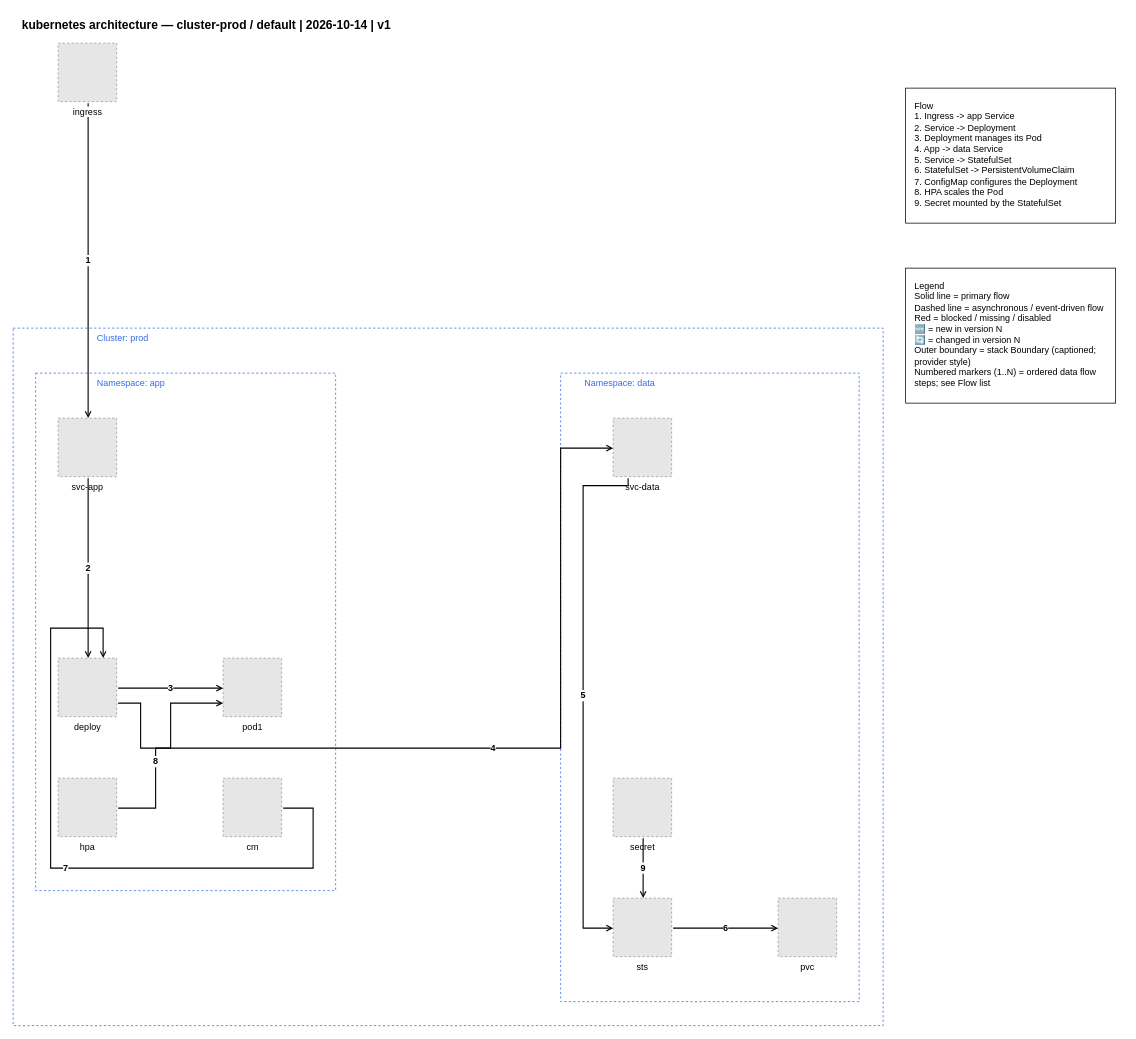
Earlier version of the draw.io diagram examples/kubernetes/01-kubernetes-architecture-landscape.drawio (totoshko88/Cloud_Architecture). Source tidied: cells renumbered, new cells numbered last; positions are measured from the earlier drawing's top-left corner, leaving out a move shared by most shapes. Both pictures are drawn from the tidied source at 75%, with x=0, y=0 at pixel (13, 13). Pictures stored in the file or linked from it are replaced by grey dashed boxes.
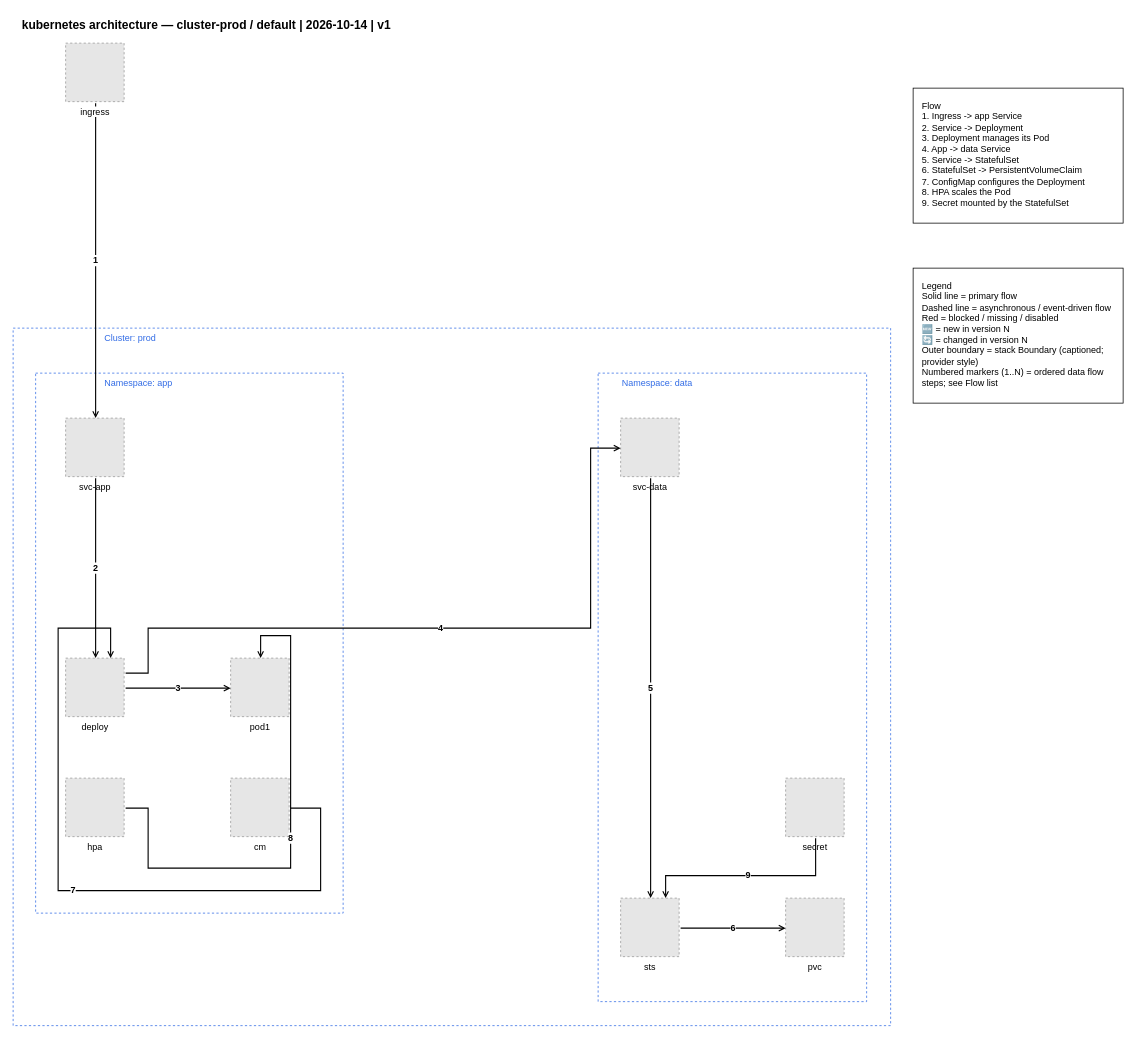
After the change.

Commit message (it also covers changes not shown here):
fix(k8s): re-author kubernetes golden pair to pass geometry/lint gates

Diff of the diagram source:
```diff
@@
-    <mxCell id="3" value="Cluster: prod" style="rounded=0;whiteSpace=wrap;html=1;fillColor=none;strokeColor=#326CE5;dashed=1;verticalAlign=top;fontColor=#326CE5;fontSize=12;align=left;spacingLeft=110;" parent="1" vertex="1">
-      <mxGeometry y="420" width="1160" height="930" as="geometry" />
+    <mxCell id="3" value="Cluster: prod" style="rounded=0;whiteSpace=wrap;html=1;fillColor=none;strokeColor=#326CE5;dashed=1;verticalAlign=top;fontColor=#326CE5;fontSize=12;align=left;spacingLeft=120;" parent="1" vertex="1">
+      <mxGeometry y="420" width="1170" height="930" as="geometry" />
     </mxCell>
-    <mxCell id="4" value="Namespace: app" style="rounded=0;whiteSpace=wrap;html=1;fillColor=none;strokeColor=#326CE5;dashed=1;verticalAlign=top;fontColor=#326CE5;fontSize=12;align=left;spacingLeft=80;" parent="1" vertex="1">
-      <mxGeometry x="30" y="480" width="400" height="690" as="geometry" />
+    <mxCell id="4" value="Namespace: app" style="rounded=0;whiteSpace=wrap;html=1;fillColor=none;strokeColor=#326CE5;dashed=1;verticalAlign=top;fontColor=#326CE5;fontSize=12;align=left;spacingLeft=90;" parent="1" vertex="1">
+      <mxGeometry x="30" y="480" width="410" height="720" as="geometry" />
     </mxCell>
     <mxCell id="5" value="Namespace: data" style="rounded=0;whiteSpace=wrap;html=1;fillColor=none;strokeColor=#326CE5;dashed=1;verticalAlign=top;align=left;spacingLeft=30;fontColor=#326CE5;fontSize=12;" parent="1" vertex="1">
-      <mxGeometry x="730" y="480" width="398" height="838" as="geometry" />
+      <mxGeometry x="780" y="480" width="358" height="838" as="geometry" />
     </mxCell>
@@
-    <mxCell id="8" value="5" style="edgeStyle=orthogonalEdgeStyle;rounded=0;html=1;endArrow=open;endFill=0;strokeWidth=1.5;exitX=0.2564102564102564;exitY=1.0256410256410255;exitDx=0;exitDy=0;exitPerimeter=0;entryX=0.0;entryY=0.5128205128205128;entryDx=0;entryDy=0;fontSize=12;fontStyle=1;" parent="1" edge="1" source="16" target="17">
-      <mxGeometry relative="1" as="geometry">
-        <Array as="points">
-          <mxPoint x="820" y="630" />
-          <mxPoint x="760" y="630" />
-          <mxPoint x="760" y="1220" />
-        </Array>
-      </mxGeometry>
+    <mxCell id="8" value="5" style="edgeStyle=orthogonalEdgeStyle;rounded=0;html=1;endArrow=open;endFill=0;strokeWidth=1.5;exitX=0.5128205128205128;exitY=1.0256410256410255;exitDx=0;exitDy=0;exitPerimeter=0;entryX=0.5128205128205128;entryY=0.0;entryDx=0;entryDy=0;fontSize=12;fontStyle=1;" parent="1" edge="1" source="16" target="17">
+      <mxGeometry relative="1" as="geometry" />
     </mxCell>
-    <mxCell id="9" value="9" style="edgeStyle=orthogonalEdgeStyle;rounded=0;html=1;endArrow=open;endFill=0;strokeWidth=1.5;exitX=0.5128205128205128;exitY=1.0256410256410255;exitDx=0;exitDy=0;exitPerimeter=0;entryX=0.5128205128205128;entryY=0.0;entryDx=0;entryDy=0;fontSize=12;fontStyle=1;" parent="1" edge="1" source="19" target="17">
-      <mxGeometry relative="1" as="geometry" />
+    <mxCell id="9" value="9" style="edgeStyle=orthogonalEdgeStyle;rounded=0;html=1;endArrow=open;endFill=0;strokeWidth=1.5;exitX=0.5128205128205128;exitY=1.0256410256410255;exitDx=0;exitDy=0;exitPerimeter=0;entryX=0.7692307692307693;entryY=0.0;entryDx=0;entryDy=0;fontSize=12;fontStyle=1;" parent="1" edge="1" source="19" target="17">
+      <mxGeometry relative="1" as="geometry">
+        <Array as="points">
+          <mxPoint x="1070" y="1150" />
+          <mxPoint x="870" y="1150" />
+        </Array>
+      </mxGeometry>
     </mxCell>
     <mxCell id="10" value="ingress" style="fillColor=#E6E6E6;strokeColor=#999999;dashed=1;verticalLabelPosition=bottom;verticalAlign=top;html=1;align=center;fontSize=12;labelBackgroundColor=#FFFFFF;" parent="1" vertex="1">
-      <mxGeometry x="60" y="40" width="78" height="78" as="geometry" />
+      <mxGeometry x="70" y="40" width="78" height="78" as="geometry" />
     </mxCell>
     <mxCell id="11" value="svc-app" style="fillColor=#E6E6E6;strokeColor=#999999;dashed=1;verticalLabelPosition=bottom;verticalAlign=top;html=1;align=center;fontSize=12;labelBackgroundColor=#FFFFFF;" parent="4" vertex="1">
-      <mxGeometry x="30" y="60" width="78" height="78" as="geometry" />
+      <mxGeometry x="40" y="60" width="78" height="78" as="geometry" />
     </mxCell>
     <mxCell id="12" value="deploy" style="fillColor=#E6E6E6;strokeColor=#999999;dashed=1;verticalLabelPosition=bottom;verticalAlign=top;html=1;align=center;fontSize=12;" parent="4" vertex="1">
-      <mxGeometry x="30" y="380" width="78" height="78" as="geometry" />
+      <mxGeometry x="40" y="380" width="78" height="78" as="geometry" />
     </mxCell>
     <mxCell id="13" value="pod1" style="fillColor=#E6E6E6;strokeColor=#999999;dashed=1;verticalLabelPosition=bottom;verticalAlign=top;html=1;align=center;fontSize=12;" parent="4" vertex="1">
-      <mxGeometry x="250" y="380" width="78" height="78" as="geometry" />
+      <mxGeometry x="260" y="380" width="78" height="78" as="geometry" />
     </mxCell>
     <mxCell id="14" value="hpa" style="fillColor=#E6E6E6;strokeColor=#999999;dashed=1;verticalLabelPosition=bottom;verticalAlign=top;html=1;align=center;fontSize=12;" parent="4" vertex="1">
-      <mxGeometry x="30" y="540" width="78" height="78" as="geometry" />
+      <mxGeometry x="40" y="540" width="78" height="78" as="geometry" />
     </mxCell>
     <mxCell id="15" value="cm" style="fillColor=#E6E6E6;strokeColor=#999999;dashed=1;verticalLabelPosition=bottom;verticalAlign=top;html=1;align=center;fontSize=12;" parent="4" vertex="1">
-      <mxGeometry x="250" y="540" width="78" height="78" as="geometry" />
+      <mxGeometry x="260" y="540" width="78" height="78" as="geometry" />
     </mxCell>
     <mxCell id="16" value="svc-data" style="fillColor=#E6E6E6;strokeColor=#999999;dashed=1;verticalLabelPosition=bottom;verticalAlign=top;html=1;align=center;fontSize=12;labelBackgroundColor=#FFFFFF;" parent="5" vertex="1">
-      <mxGeometry x="70" y="60" width="78" height="78" as="geometry" />
+      <mxGeometry x="30" y="60" width="78" height="78" as="geometry" />
     </mxCell>
     <mxCell id="17" value="sts" style="fillColor=#E6E6E6;strokeColor=#999999;dashed=1;verticalLabelPosition=bottom;verticalAlign=top;html=1;align=center;fontSize=12;" parent="5" vertex="1">
-      <mxGeometry x="70" y="700" width="78" height="78" as="geometry" />
+      <mxGeometry x="30" y="700" width="78" height="78" as="geometry" />
     </mxCell>
     <mxCell id="18" value="pvc" style="fillColor=#E6E6E6;strokeColor=#999999;dashed=1;verticalLabelPosition=bottom;verticalAlign=top;html=1;align=center;fontSize=12;" parent="5" vertex="1">
-      <mxGeometry x="290" y="700" width="78" height="78" as="geometry" />
+      <mxGeometry x="250" y="700" width="78" height="78" as="geometry" />
     </mxCell>
     <mxCell id="19" value="secret" style="fillColor=#E6E6E6;strokeColor=#999999;dashed=1;verticalLabelPosition=bottom;verticalAlign=top;html=1;align=center;fontSize=12;labelBackgroundColor=#FFFFFF;" parent="5" vertex="1">
-      <mxGeometry x="70" y="540" width="78" height="78" as="geometry" />
+      <mxGeometry x="250" y="540" width="78" height="78" as="geometry" />
     </mxCell>
@@
-    <mxCell id="21" value="4" style="edgeStyle=orthogonalEdgeStyle;rounded=0;html=1;endArrow=open;endFill=0;strokeWidth=1.5;exitX=1.0256410256410255;exitY=0.7692307692307693;exitDx=0;exitDy=0;exitPerimeter=0;entryX=0.0;entryY=0.5128205128205128;entryDx=0;entryDy=0;fontSize=12;fontStyle=1;" parent="1" edge="1" source="12" target="16">
+    <mxCell id="21" value="4" style="edgeStyle=orthogonalEdgeStyle;rounded=0;html=1;endArrow=open;endFill=0;strokeWidth=1.5;exitX=1.0256410256410255;exitY=0.2564102564102564;exitDx=0;exitDy=0;exitPerimeter=0;entryX=0.0;entryY=0.5128205128205128;entryDx=0;entryDy=0;fontSize=12;fontStyle=1;" parent="1" edge="1" source="12" target="16">
       <mxGeometry relative="1" as="geometry">
         <Array as="points">
-          <mxPoint x="170" y="920" />
-          <mxPoint x="170" y="980" />
-          <mxPoint x="730" y="980" />
-          <mxPoint x="730" y="580" />
+          <mxPoint x="180" y="880" />
+          <mxPoint x="180" y="820" />
+          <mxPoint x="770" y="820" />
+          <mxPoint x="770" y="580" />
         </Array>
       </mxGeometry>
     </mxCell>
@@
     <mxCell id="23" value="7" style="edgeStyle=orthogonalEdgeStyle;rounded=0;html=1;endArrow=open;endFill=0;strokeWidth=1.5;exitX=1.0256410256410255;exitY=0.5128205128205128;exitDx=0;exitDy=0;exitPerimeter=0;entryX=0.7692307692307693;entryY=0.0;entryDx=0;entryDy=0;fontSize=12;fontStyle=1;" parent="1" edge="1" source="15" target="12">
       <mxGeometry relative="1" as="geometry">
         <Array as="points">
-          <mxPoint x="400" y="1060" />
-          <mxPoint x="400" y="1140" />
-          <mxPoint x="50" y="1140" />
-          <mxPoint x="50" y="820" />
-          <mxPoint x="120" y="820" />
+          <mxPoint x="410" y="1060" />
+          <mxPoint x="410" y="1170" />
+          <mxPoint x="60" y="1170" />
+          <mxPoint x="60" y="820" />
+          <mxPoint x="130" y="820" />
         </Array>
       </mxGeometry>
     </mxCell>
-    <mxCell id="24" value="8" style="edgeStyle=orthogonalEdgeStyle;rounded=0;html=1;endArrow=open;endFill=0;strokeWidth=1.5;exitX=1.0256410256410255;exitY=0.5128205128205128;exitDx=0;exitDy=0;exitPerimeter=0;entryX=0.0;entryY=0.7692307692307693;entryDx=0;entryDy=0;fontSize=12;fontStyle=1;" parent="1" edge="1" source="14" target="13">
-      <mxGeometry x="-0.2" relative="1" as="geometry">
+    <mxCell id="24" value="8" style="edgeStyle=orthogonalEdgeStyle;rounded=0;html=1;endArrow=open;endFill=0;strokeWidth=1.5;exitX=1.0256410256410255;exitY=0.5128205128205128;exitDx=0;exitDy=0;exitPerimeter=0;entryX=0.5128205128205128;entryY=0.0;entryDx=0;entryDy=0;fontSize=12;fontStyle=1;" parent="1" edge="1" source="14" target="13">
+      <mxGeometry relative="1" as="geometry">
         <Array as="points">
-          <mxPoint x="190" y="1060" />
-          <mxPoint x="190" y="980" />
-          <mxPoint x="210" y="980" />
-          <mxPoint x="210" y="920" />
+          <mxPoint x="180" y="1060" />
+          <mxPoint x="180" y="1140" />
+          <mxPoint x="370" y="1140" />
+          <mxPoint x="370" y="830" />
+          <mxPoint x="330" y="830" />
         </Array>
       </mxGeometry>
     </mxCell>
     <mxCell id="25" value="Flow&#10;1. Ingress -&gt; app Service&#10;2. Service -&gt; Deployment&#10;3. Deployment manages its Pod&#10;4. App -&gt; data Service&#10;5. Service -&gt; StatefulSet&#10;6. StatefulSet -&gt; PersistentVolumeClaim&#10;7. ConfigMap configures the Deployment&#10;8. HPA scales the Pod&#10;9. Secret mounted by the StatefulSet" style="text;html=1;align=left;verticalAlign=top;fontSize=12;whiteSpace=wrap;strokeColor=#000000;fillColor=#FFFFFF;spacingLeft=10;spacingRight=10;spacingTop=10;spacingBottom=10;" parent="1" vertex="1">
-      <mxGeometry x="1190" y="100" width="280" height="180" as="geometry" />
+      <mxGeometry x="1200" y="100" width="280" height="180" as="geometry" />
     </mxCell>
     <mxCell id="26" value="Legend&#10;Solid line = primary flow&#10;Dashed line = asynchronous / event-driven flow&#10;Red = blocked / missing / disabled&#10;🆕 = new in version N&#10;🔄 = changed in version N&#10;Outer boundary = stack Boundary (captioned; provider style)&#10;Numbered markers (1..N) = ordered data flow steps; see Flow list" style="text;html=1;align=left;verticalAlign=top;fontSize=12;whiteSpace=wrap;strokeColor=#000000;fillColor=#FFFFFF;spacingLeft=10;spacingRight=10;spacingTop=10;spacingBottom=10;" parent="1" vertex="1">
-      <mxGeometry x="1190" y="340" width="280" height="180" as="geometry" />
+      <mxGeometry x="1200" y="340" width="280" height="180" as="geometry" />
     </mxCell>
```
